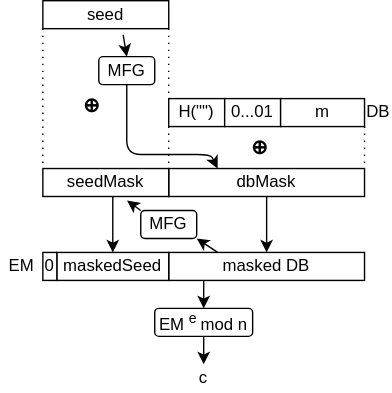
herumi/lecture-crypto keeps this draw.io diagram as images/lec-rsa-oaep-enc.drawio.svg. Above is the earlier version. Source tidied: cells renumbered, new cells last; positions are measured from the earlier drawing's top-left corner, leaving out a move shared by most shapes.
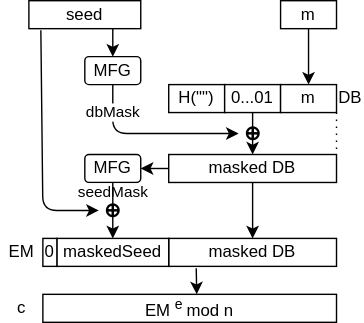
Above is the later version.

The edit, as a diff of the source:
```diff
@@ -2,108 +2,102 @@
   <root>
     <mxCell id="0" />
     <mxCell id="1" parent="0" />
-    <mxCell id="2" style="group;" parent="1" vertex="1">
-      <mxGeometry width="280" height="280" as="geometry" />
-    </mxCell>
-    <mxCell id="3" value="&lt;h3 class=&quot;displayString&quot;&gt;⊕&lt;/h3&gt;" style="text;html=1;align=center;verticalAlign=middle;whiteSpace=wrap;rounded=0;" parent="2" vertex="1">
-      <mxGeometry x="170" y="90" width="30" height="30" as="geometry" />
-    </mxCell>
-    <mxCell id="4" style="edgeStyle=none;html=1;exitX=0.5;exitY=1;exitDx=0;exitDy=0;entryX=0.5;entryY=0;entryDx=0;entryDy=0;" parent="2" edge="1" target="23">
-      <mxGeometry relative="1" as="geometry">
-        <mxPoint x="145" y="200" as="sourcePoint" />
-      </mxGeometry>
+    <mxCell id="4" style="edgeStyle=none;html=1;exitX=0.164;exitY=1.065;exitDx=0;exitDy=0;entryX=0.524;entryY=0;entryDx=0;entryDy=0;exitPerimeter=0;entryPerimeter=0;" parent="1" edge="1" source="17" target="23">
+      <mxGeometry relative="1" as="geometry" />
     </mxCell>
-    <mxCell id="5" style="edgeStyle=none;html=1;entryX=0;entryY=0;entryDx=0;entryDy=0;endArrow=none;endFill=0;dashed=1;dashPattern=1 4;exitX=0;exitY=1;exitDx=0;exitDy=0;" parent="2" edge="1" source="8" target="12">
-      <mxGeometry relative="1" as="geometry" />
-    </mxCell>
-    <mxCell id="6" style="edgeStyle=none;html=1;exitX=0.638;exitY=1.217;exitDx=0;exitDy=0;entryX=0.5;entryY=0;entryDx=0;entryDy=0;exitPerimeter=0;" parent="2" edge="1" source="7" target="14">
-      <mxGeometry relative="1" as="geometry" />
-    </mxCell>
+    <mxCell id="32" style="edgeStyle=none;html=1;exitX=0.107;exitY=1.056;exitDx=0;exitDy=0;exitPerimeter=0;entryX=0;entryY=0.5;entryDx=0;entryDy=0;" parent="1" edge="1" source="7" target="28">
+      <mxGeometry relative="1" as="geometry">
+        <Array as="points">
+          <mxPoint x="50" y="150" />
+        </Array>
+      </mxGeometry>
+    </mxCell>
-    <mxCell id="7" value="seed" style="rounded=0;whiteSpace=wrap;html=1;" parent="2" vertex="1">
-      <mxGeometry x="30" width="90" height="20" as="geometry" />
+    <mxCell id="7" value="seed" style="rounded=0;whiteSpace=wrap;html=1;" parent="1" vertex="1">
+      <mxGeometry x="40" width="80" height="20" as="geometry" />
     </mxCell>
-    <mxCell id="8" value="H(&quot;&quot;)" style="rounded=0;whiteSpace=wrap;html=1;" parent="2" vertex="1">
-      <mxGeometry x="120" y="70" width="40" height="20" as="geometry" />
+    <mxCell id="8" value="H(&quot;&quot;)" style="rounded=0;whiteSpace=wrap;html=1;" parent="1" vertex="1">
+      <mxGeometry x="140" y="60" width="40" height="20" as="geometry" />
     </mxCell>
-    <mxCell id="9" value="0...01" style="rounded=0;whiteSpace=wrap;html=1;" parent="2" vertex="1">
-      <mxGeometry x="160" y="70" width="40" height="20" as="geometry" />
+    <mxCell id="9" value="0...01" style="rounded=0;whiteSpace=wrap;html=1;" parent="1" vertex="1">
+      <mxGeometry x="180" y="60" width="40" height="20" as="geometry" />
     </mxCell>
-    <mxCell id="10" value="m" style="rounded=0;whiteSpace=wrap;html=1;" parent="2" vertex="1">
-      <mxGeometry x="200" y="70" width="60" height="20" as="geometry" />
+    <mxCell id="10" value="m" style="rounded=0;whiteSpace=wrap;html=1;" parent="1" vertex="1">
+      <mxGeometry x="220" y="60" width="40" height="20" as="geometry" />
     </mxCell>
-    <mxCell id="11" style="edgeStyle=none;html=1;exitX=0.5;exitY=1;exitDx=0;exitDy=0;entryX=0.5;entryY=0;entryDx=0;entryDy=0;" parent="2" edge="1" source="12" target="17">
+    <mxCell id="11" style="edgeStyle=none;html=1;exitX=0.5;exitY=1;exitDx=0;exitDy=0;entryX=0.5;entryY=0;entryDx=0;entryDy=0;" parent="1" edge="1" source="12" target="17">
       <mxGeometry relative="1" as="geometry" />
     </mxCell>
+    <mxCell id="33" style="edgeStyle=none;html=1;exitX=0;exitY=0.5;exitDx=0;exitDy=0;entryX=1;entryY=0.5;entryDx=0;entryDy=0;" parent="1" edge="1" source="12" target="27">
+      <mxGeometry relative="1" as="geometry" />
+    </mxCell>
-    <mxCell id="12" value="dbMask" style="rounded=0;whiteSpace=wrap;html=1;" parent="2" vertex="1">
-      <mxGeometry x="120" y="120" width="140" height="20" as="geometry" />
+    <mxCell id="12" value="masked DB" style="rounded=0;whiteSpace=wrap;html=1;" parent="1" vertex="1">
+      <mxGeometry x="140" y="110" width="120" height="20" as="geometry" />
     </mxCell>
-    <mxCell id="13" style="edgeStyle=none;html=1;exitX=0.5;exitY=1;exitDx=0;exitDy=0;entryX=0.25;entryY=0;entryDx=0;entryDy=0;" parent="2" edge="1" source="14" target="12">
+    <mxCell id="13" style="edgeStyle=none;html=1;exitX=0.5;exitY=1;exitDx=0;exitDy=0;entryX=0;entryY=0.5;entryDx=0;entryDy=0;" parent="1" edge="1" source="14" target="3">
       <mxGeometry relative="1" as="geometry">
         <Array as="points">
-          <mxPoint x="90" y="110" />
-          <mxPoint x="150" y="110" />
+          <mxPoint x="100" y="95" />
         </Array>
       </mxGeometry>
     </mxCell>
+    <mxCell id="34" value="dbMask" style="edgeLabel;html=1;align=center;verticalAlign=middle;" parent="13" vertex="1">
+      <mxGeometry x="-0.39" y="1" relative="1" as="geometry">
+        <mxPoint x="-3" y="-14" as="offset" />
+      </mxGeometry>
+    </mxCell>
-    <mxCell id="14" value="MFG" style="rounded=1;whiteSpace=wrap;html=1;" parent="2" vertex="1">
-      <mxGeometry x="70" y="40" width="40" height="20" as="geometry" />
+    <mxCell id="14" value="MFG" style="rounded=1;whiteSpace=wrap;html=1;" parent="1" vertex="1">
+      <mxGeometry x="80" y="40" width="40" height="20" as="geometry" />
     </mxCell>
-    <mxCell id="15" style="edgeStyle=none;html=1;entryX=1;entryY=0;entryDx=0;entryDy=0;endArrow=none;endFill=0;dashed=1;dashPattern=1 4;exitX=1;exitY=1;exitDx=0;exitDy=0;" parent="2" edge="1" source="10" target="12">
+    <mxCell id="15" style="edgeStyle=none;html=1;entryX=1;entryY=0;entryDx=0;entryDy=0;endArrow=none;endFill=0;dashed=1;dashPattern=1 4;exitX=1;exitY=1;exitDx=0;exitDy=0;" parent="1" edge="1" source="10" target="12">
       <mxGeometry relative="1" as="geometry" />
     </mxCell>
-    <mxCell id="16" style="edgeStyle=none;html=1;exitX=0.25;exitY=0;exitDx=0;exitDy=0;entryX=1;entryY=1;entryDx=0;entryDy=0;" parent="2" edge="1" source="17" target="27">
-      <mxGeometry relative="1" as="geometry" />
-    </mxCell>
-    <mxCell id="17" value="masked DB" style="rounded=0;whiteSpace=wrap;html=1;" parent="2" vertex="1">
-      <mxGeometry x="120" y="180" width="140" height="20" as="geometry" />
+    <mxCell id="17" value="masked DB" style="rounded=0;whiteSpace=wrap;html=1;" parent="1" vertex="1">
+      <mxGeometry x="140" y="170" width="120" height="20" as="geometry" />
     </mxCell>
-    <mxCell id="18" value="DB" style="text;html=1;align=center;verticalAlign=middle;whiteSpace=wrap;rounded=0;" parent="2" vertex="1">
-      <mxGeometry x="260" y="70" width="20" height="20" as="geometry" />
+    <mxCell id="18" value="DB" style="text;html=1;align=center;verticalAlign=middle;whiteSpace=wrap;rounded=0;" parent="1" vertex="1">
+      <mxGeometry x="260" y="60" width="20" height="20" as="geometry" />
     </mxCell>
-    <mxCell id="19" value="maskedSeed" style="rounded=0;whiteSpace=wrap;html=1;" parent="2" vertex="1">
-      <mxGeometry x="40" y="180" width="80" height="20" as="geometry" />
+    <mxCell id="19" value="maskedSeed" style="rounded=0;whiteSpace=wrap;html=1;" parent="1" vertex="1">
+      <mxGeometry x="60" y="170" width="80" height="20" as="geometry" />
     </mxCell>
-    <mxCell id="20" value="0" style="rounded=0;whiteSpace=wrap;html=1;" parent="2" vertex="1">
-      <mxGeometry x="30" y="180" width="10" height="20" as="geometry" />
+    <mxCell id="20" value="0" style="rounded=0;whiteSpace=wrap;html=1;" parent="1" vertex="1">
+      <mxGeometry x="50" y="170" width="10" height="20" as="geometry" />
     </mxCell>
-    <mxCell id="21" value="EM" style="text;html=1;align=center;verticalAlign=middle;whiteSpace=wrap;rounded=0;" parent="2" vertex="1">
-      <mxGeometry y="180" width="30" height="20" as="geometry" />
+    <mxCell id="21" value="EM" style="text;html=1;align=center;verticalAlign=middle;whiteSpace=wrap;rounded=0;" parent="1" vertex="1">
+      <mxGeometry x="20" y="170" width="30" height="20" as="geometry" />
     </mxCell>
-    <mxCell id="22" style="edgeStyle=none;html=1;exitX=0.5;exitY=1;exitDx=0;exitDy=0;entryX=0.5;entryY=0;entryDx=0;entryDy=0;" parent="2" edge="1" source="23" target="24">
-      <mxGeometry relative="1" as="geometry" />
-    </mxCell>
-    <mxCell id="23" value="EM&lt;sup&gt;e&lt;/sup&gt; mod n" style="rounded=1;whiteSpace=wrap;html=1;" parent="2" vertex="1">
-      <mxGeometry x="110" y="220" width="70" height="20" as="geometry" />
+    <mxCell id="23" value="EM&lt;sup&gt;e&lt;/sup&gt; mod n" style="rounded=0;whiteSpace=wrap;html=1;" parent="1" vertex="1">
+      <mxGeometry x="50" y="210" width="210" height="20" as="geometry" />
     </mxCell>
-    <mxCell id="24" value="c" style="text;html=1;align=center;verticalAlign=middle;whiteSpace=wrap;rounded=0;" parent="2" vertex="1">
-      <mxGeometry x="120" y="260" width="50" height="20" as="geometry" />
+    <mxCell id="24" value="c" style="text;html=1;align=center;verticalAlign=middle;whiteSpace=wrap;rounded=0;" parent="1" vertex="1">
+      <mxGeometry x="20" y="210" width="30" height="20" as="geometry" />
     </mxCell>
+    <mxCell id="27" value="MFG" style="rounded=1;whiteSpace=wrap;html=1;" parent="1" vertex="1">
+      <mxGeometry x="80" y="110" width="40" height="20" as="geometry" />
+    </mxCell>
+    <mxCell id="35" style="edgeStyle=none;html=1;exitX=0.5;exitY=1;exitDx=0;exitDy=0;entryX=0.5;entryY=0;entryDx=0;entryDy=0;" parent="1" edge="1" source="36" target="10">
+      <mxGeometry relative="1" as="geometry" />
+    </mxCell>
+    <mxCell id="36" value="m" style="rounded=0;whiteSpace=wrap;html=1;" parent="1" vertex="1">
+      <mxGeometry x="220" width="40" height="20" as="geometry" />
+    </mxCell>
+    <mxCell id="6" style="endArrow=classic;html=1;exitX=0.75;exitY=1;exitDx=0;exitDy=0;entryX=0.5;entryY=0;entryDx=0;entryDy=0;" parent="1" edge="1" source="7" target="14">
+      <mxGeometry relative="1" as="geometry" />
+    </mxCell>
+    <mxCell id="37" style="edgeStyle=none;html=1;exitX=0.5;exitY=1;exitDx=0;exitDy=0;entryX=0.5;entryY=0;entryDx=0;entryDy=0;" parent="1" edge="1" source="9" target="12">
+      <mxGeometry relative="1" as="geometry" />
+    </mxCell>
+    <mxCell id="3" value="&lt;h3 class=&quot;displayString&quot;&gt;⊕&lt;/h3&gt;" style="text;html=1;align=center;verticalAlign=middle;whiteSpace=wrap;rounded=0;" parent="1" vertex="1">
+      <mxGeometry x="190" y="90" width="20" height="10" as="geometry" />
+    </mxCell>
-    <mxCell id="25" value="seedMask" style="rounded=0;whiteSpace=wrap;html=1;" parent="2" vertex="1">
-      <mxGeometry x="30" y="120" width="90" height="20" as="geometry" />
+    <mxCell id="25" value="seedMask" style="edgeLabel;html=1;align=center;verticalAlign=middle;points=[];" parent="1" vertex="1">
+      <mxGeometry x="100" y="137" as="geometry" />
     </mxCell>
-    <mxCell id="26" style="edgeStyle=none;html=1;exitX=0;exitY=0;exitDx=0;exitDy=0;entryX=0.669;entryY=1.143;entryDx=0;entryDy=0;entryPerimeter=0;" parent="2" edge="1" source="27" target="25">
-      <mxGeometry relative="1" as="geometry" />
-    </mxCell>
-    <mxCell id="27" value="MFG" style="rounded=1;whiteSpace=wrap;html=1;" parent="2" vertex="1">
-      <mxGeometry x="100" y="150" width="40" height="20" as="geometry" />
-    </mxCell>
+    <mxCell id="38" style="edgeStyle=none;html=1;exitX=0.5;exitY=1;exitDx=0;exitDy=0;entryX=0.5;entryY=0;entryDx=0;entryDy=0;" parent="1" edge="1" source="27" target="19">
+      <mxGeometry relative="1" as="geometry" />
+    </mxCell>
-    <mxCell id="28" value="&lt;h3 class=&quot;displayString&quot;&gt;⊕&lt;/h3&gt;" style="text;html=1;align=center;verticalAlign=middle;whiteSpace=wrap;rounded=0;" parent="2" vertex="1">
-      <mxGeometry x="50" y="60" width="30" height="30" as="geometry" />
+    <mxCell id="28" value="&lt;h3 class=&quot;displayString&quot;&gt;⊕&lt;/h3&gt;" style="text;html=1;align=center;verticalAlign=middle;whiteSpace=wrap;rounded=0;" parent="1" vertex="1">
+      <mxGeometry x="90" y="145" width="20" height="10" as="geometry" />
     </mxCell>
-    <mxCell id="29" style="edgeStyle=none;html=1;endArrow=none;endFill=0;dashed=1;dashPattern=1 4;exitX=1;exitY=1;exitDx=0;exitDy=0;" parent="2" edge="1">
-      <mxGeometry relative="1" as="geometry">
-        <mxPoint x="120" y="20" as="sourcePoint" />
-        <mxPoint x="120" y="70" as="targetPoint" />
-      </mxGeometry>
-    </mxCell>
-    <mxCell id="30" style="edgeStyle=none;html=1;entryX=0;entryY=0;entryDx=0;entryDy=0;endArrow=none;endFill=0;dashed=1;dashPattern=1 4;exitX=0;exitY=1;exitDx=0;exitDy=0;" parent="2" edge="1" source="7" target="25">
-      <mxGeometry relative="1" as="geometry" />
-    </mxCell>
-    <mxCell id="31" style="edgeStyle=none;html=1;exitX=0.5;exitY=1;exitDx=0;exitDy=0;entryX=0.5;entryY=0;entryDx=0;entryDy=0;" parent="2" edge="1">
-      <mxGeometry relative="1" as="geometry">
-        <mxPoint x="80" y="140" as="sourcePoint" />
-        <mxPoint x="80" y="180" as="targetPoint" />
-      </mxGeometry>
-    </mxCell>
   </root>
 </mxGraphModel>
```
